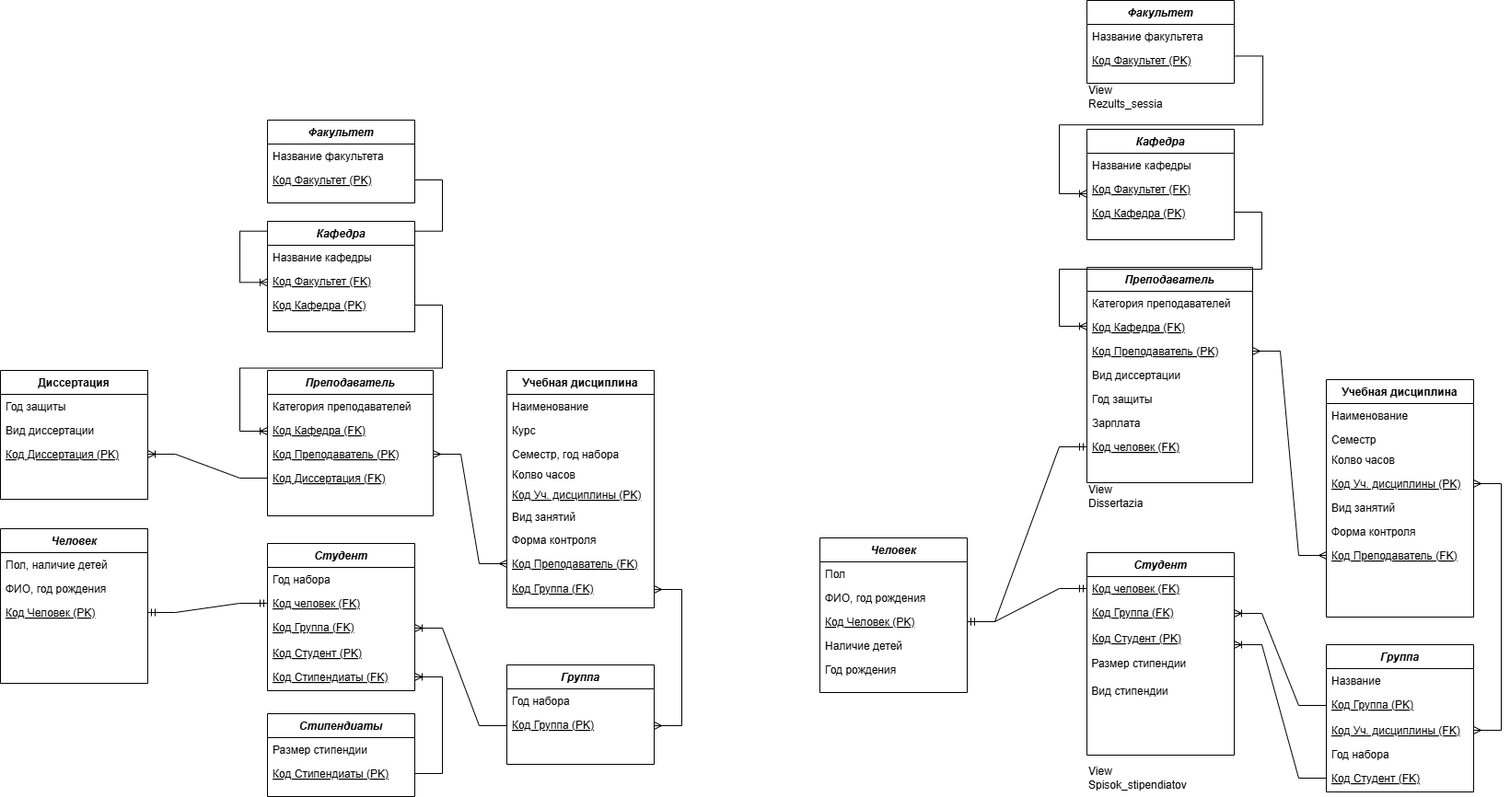
Before: БД 2 Хорошилова.drawio.png, a diagram exported from draw.io (ksinph/PSTU_LABS_2023). Source tidied: cells renumbered, new cells last; positions are measured from the earlier drawing's top-left corner, leaving out a move shared by most shapes.
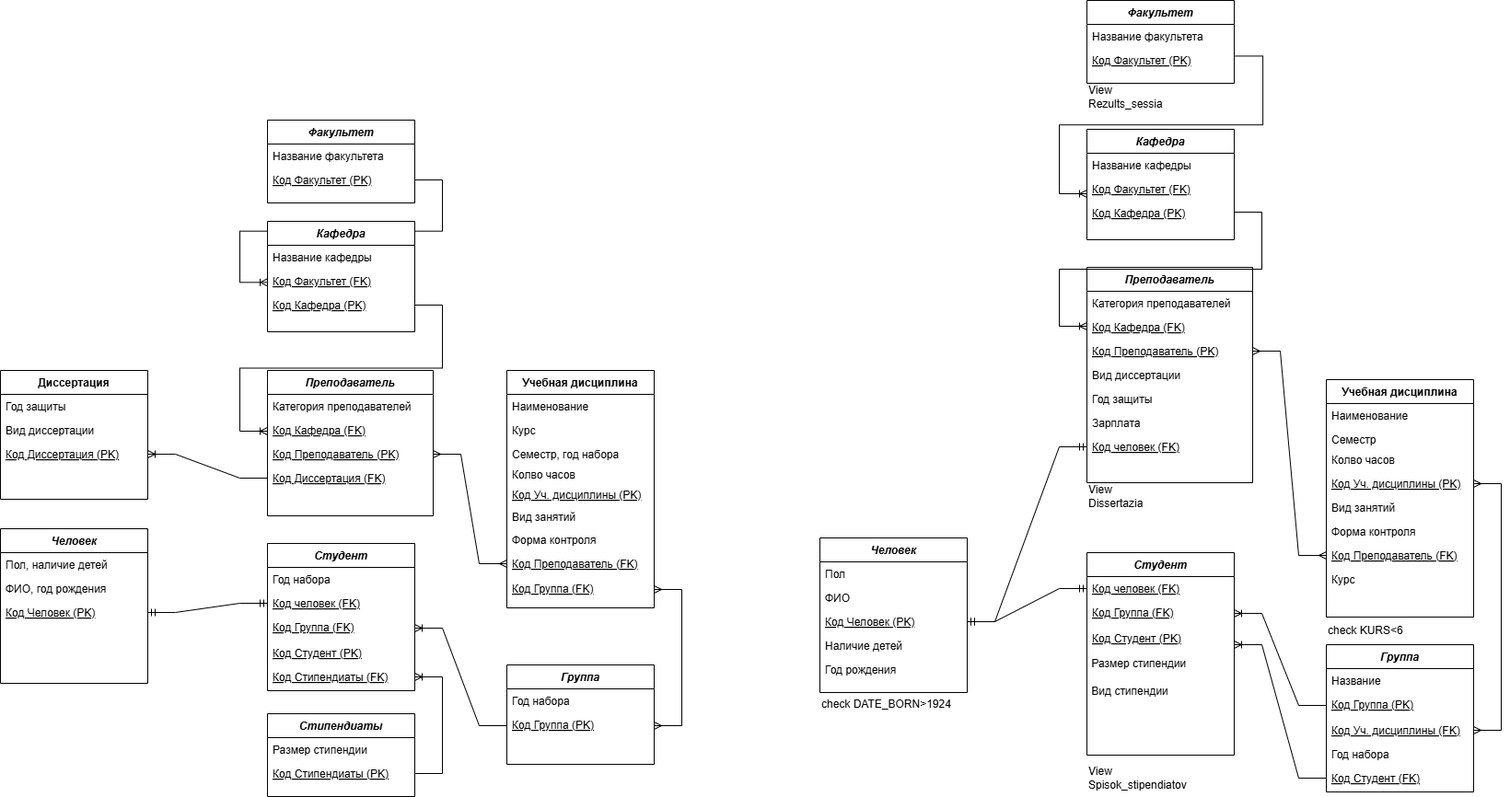
The same file after the commit.

The edit, as a diff of the source:
```diff
@@ -198,7 +198,7 @@
     <mxCell id="54" value="Пол" style="text;align=left;verticalAlign=top;spacingLeft=4;spacingRight=4;overflow=hidden;" parent="53" vertex="1">
       <mxGeometry y="26" width="160" height="26" as="geometry" />
     </mxCell>
-    <mxCell id="55" value="ФИО, год рождения" style="text;align=left;verticalAlign=top;spacingLeft=4;spacingRight=4;overflow=hidden;rounded=0;shadow=0;html=0;" parent="53" vertex="1">
+    <mxCell id="55" value="ФИО" style="text;align=left;verticalAlign=top;spacingLeft=4;spacingRight=4;overflow=hidden;rounded=0;shadow=0;html=0;" parent="53" vertex="1">
       <mxGeometry y="52" width="160" height="26" as="geometry" />
     </mxCell>
     <mxCell id="56" value="Код Человек (PK)" style="text;align=left;verticalAlign=top;spacingLeft=4;spacingRight=4;overflow=hidden;points=[[0,0.5],[1,0.5]];portConstraint=eastwest;rounded=0;shadow=0;html=0;fontStyle=4;" parent="53" vertex="1">
@@ -234,6 +234,9 @@
     <mxCell id="66" value="Код Преподаватель (FK)" style="text;align=left;verticalAlign=top;spacingLeft=4;spacingRight=4;overflow=hidden;points=[[0,0.5],[1,0.5]];portConstraint=eastwest;fontStyle=4;" parent="59" vertex="1">
       <mxGeometry y="178" width="160" height="26" as="geometry" />
     </mxCell>
+    <mxCell id="104" value="Курс" style="text;align=left;verticalAlign=top;spacingLeft=4;spacingRight=4;overflow=hidden;fontStyle=0;" parent="59" vertex="1">
+      <mxGeometry y="204" width="160" height="22" as="geometry" />
+    </mxCell>
     <mxCell id="67" value="Группа" style="swimlane;fontStyle=3;align=center;verticalAlign=top;horizontal=1;startSize=26;rounded=0;shadow=0;strokeWidth=1;" parent="1" vertex="1">
       <mxGeometry x="1440" y="700" width="160" height="160" as="geometry" />
     </mxCell>
@@ -368,5 +371,11 @@
     <mxCell id="103" style="edgeStyle=entityRelationEdgeStyle;fontSize=12;html=1;endArrow=ERoneToMany;rounded=0;entryX=1;entryY=0.769;entryDx=0;entryDy=0;exitX=0;exitY=0.5;exitDx=0;exitDy=0;entryPerimeter=0;" parent="1" edge="1" source="72" target="90">
       <mxGeometry relative="1" as="geometry" />
     </mxCell>
+    <mxCell id="105" value="check KURS&amp;lt;6" style="text;html=1;align=left;verticalAlign=middle;whiteSpace=wrap;rounded=0;" parent="1" vertex="1">
+      <mxGeometry x="1440" y="670" width="110" height="30" as="geometry" />
+    </mxCell>
+    <mxCell id="106" value="check DATE_BORN&amp;gt;1924" style="text;html=1;align=left;verticalAlign=middle;whiteSpace=wrap;rounded=0;" parent="1" vertex="1">
+      <mxGeometry x="890" y="750" width="170" height="30" as="geometry" />
+    </mxCell>
   </root>
 </mxGraphModel>
```
